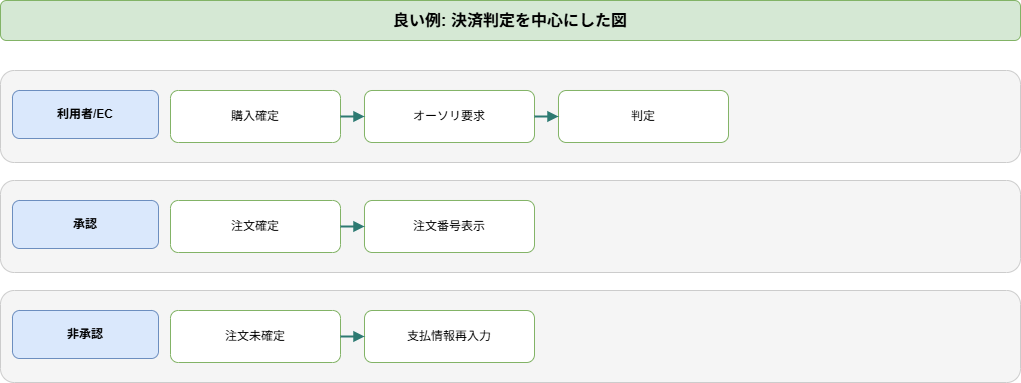
Above: docs/zukai-drill/data/diagrams/easy-payment-authorization_good-diagram.drawio.png in kaku3/workbooks (draw.io), before the change. Source tidied: cells renumbered, new cells last; positions are measured from the earlier drawing's top-left corner, leaving out a move shared by most shapes.
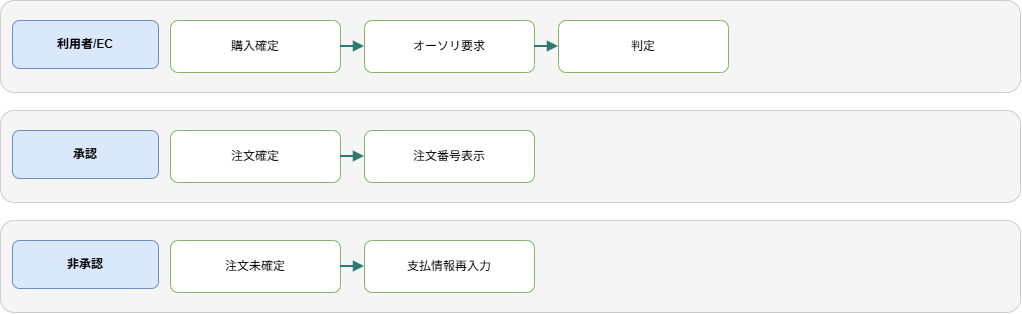
The same file after the commit.

Change to the diagram source:
```diff
@@ -2,9 +2,6 @@
   <root>
     <mxCell id="0" />
     <mxCell id="1" parent="0" />
-    <mxCell id="2" value="良い例: 決済判定を中心にした図" style="rounded=1;whiteSpace=wrap;html=1;fillColor=#d5e8d4;strokeColor=#82b366;fontSize=16;fontStyle=1;" parent="1" vertex="1">
-      <mxGeometry width="1020" height="40" as="geometry" />
-    </mxCell>
     <mxCell id="3" style="rounded=1;whiteSpace=wrap;html=1;fillColor=#f5f5f5;strokeColor=#cccccc;" parent="1" vertex="1">
       <mxGeometry y="70" width="1020" height="92" as="geometry" />
     </mxCell>
```
